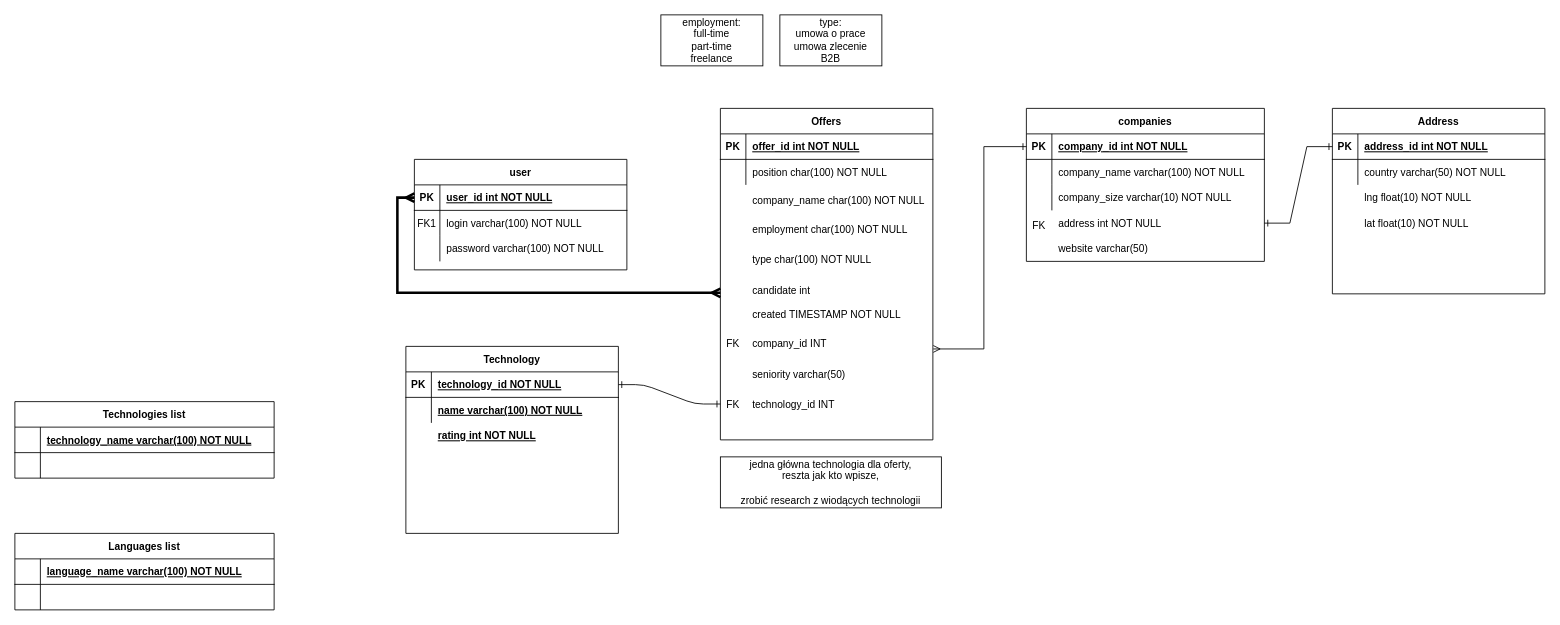
The draw.io diagram schema/db.drawio in Future-Developers-Lab/Skill-Up, before the edit. Source tidied: cells renumbered, new cells numbered last; positions are measured from the earlier drawing's top-left corner, leaving out a move shared by most shapes. Both pictures are drawn from the tidied source at 85%, with x=0, y=0 at pixel (14, 14).
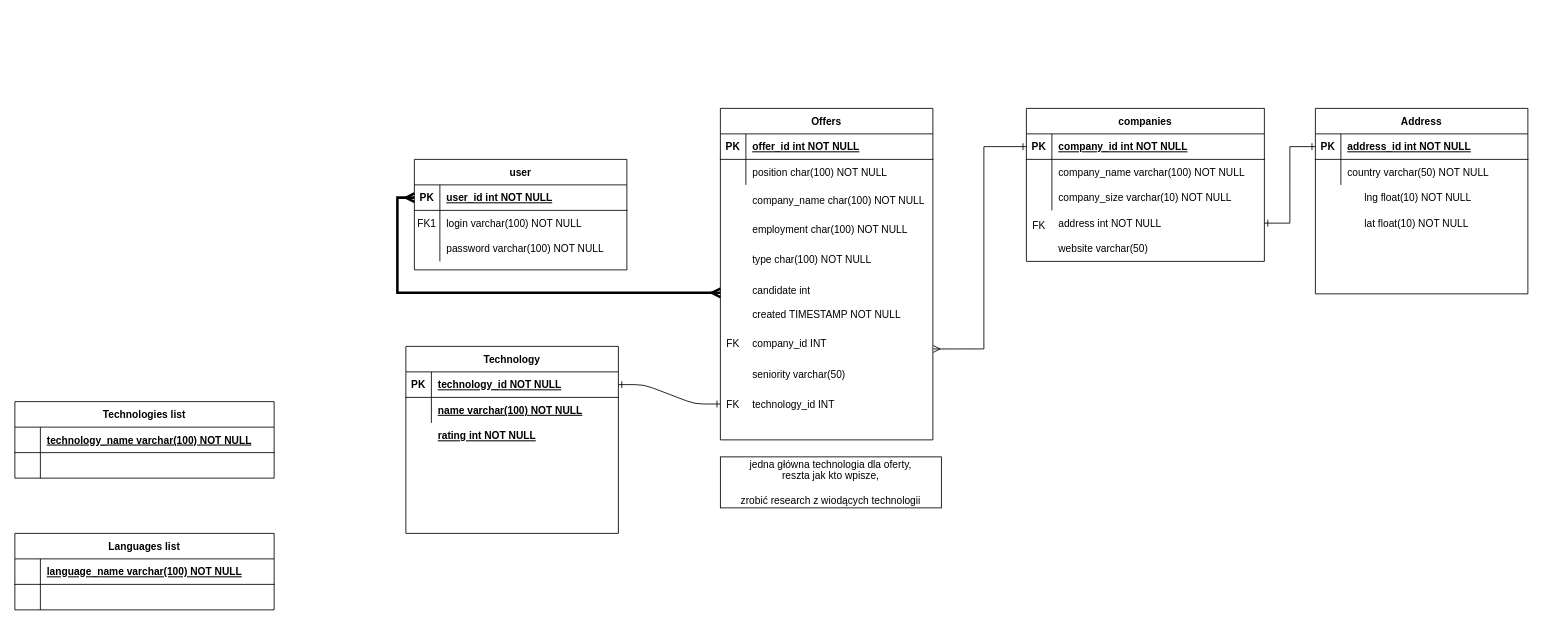
The same diagram, later.

Change to the diagram source:
```diff
@@
-    <mxCell id="12" value="employment:&lt;br&gt;full-time&lt;br&gt;part-time&lt;br&gt;freelance" style="rounded=0;whiteSpace=wrap;html=1;" parent="1" vertex="1">
-      <mxGeometry x="760" width="120" height="60" as="geometry" />
-    </mxCell>
-    <mxCell id="13" value="type:&lt;br&gt;umowa o prace&lt;br&gt;umowa zlecenie&lt;br&gt;B2B" style="rounded=0;whiteSpace=wrap;html=1;" parent="1" vertex="1">
-      <mxGeometry x="900" width="120" height="60" as="geometry" />
-    </mxCell>
     <mxCell id="14" style="group;" parent="1" vertex="1">
-      <mxGeometry x="1550" y="110" width="250" height="300" as="geometry" />
+      <mxGeometry x="1530" y="110" width="250" height="300" as="geometry" />
     </mxCell>
```
